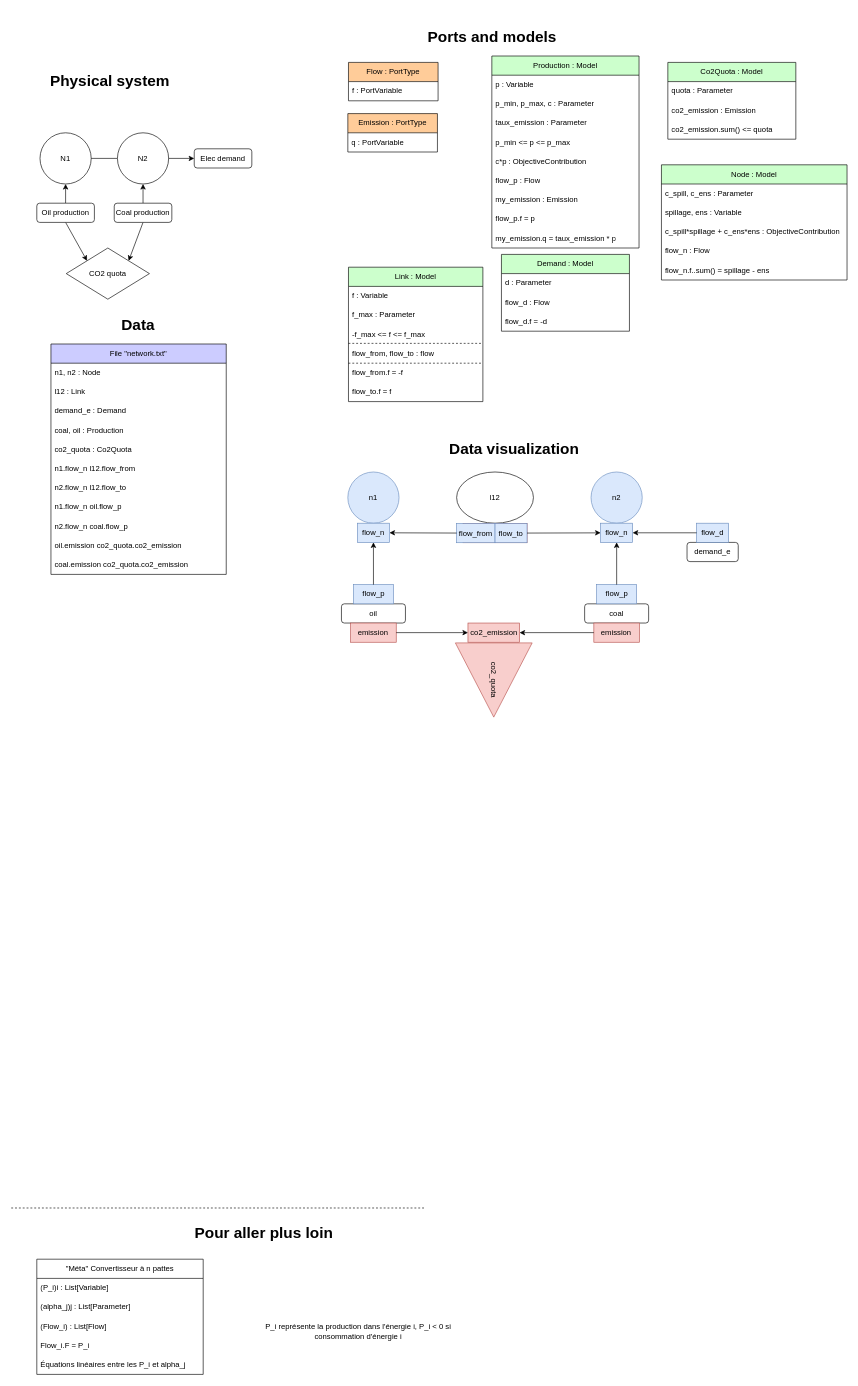
The draw.io diagram models-design/systems/co2_quota.drawio in AntaresSimulatorTeam/andromede-modeling-prototype, before the edit. Source tidied: cells renumbered, new cells numbered last; positions are measured from the earlier drawing's top-left corner, leaving out a move shared by most shapes. Both pictures are drawn from the tidied source at 64%, with x=0, y=0 at pixel (11, 24).
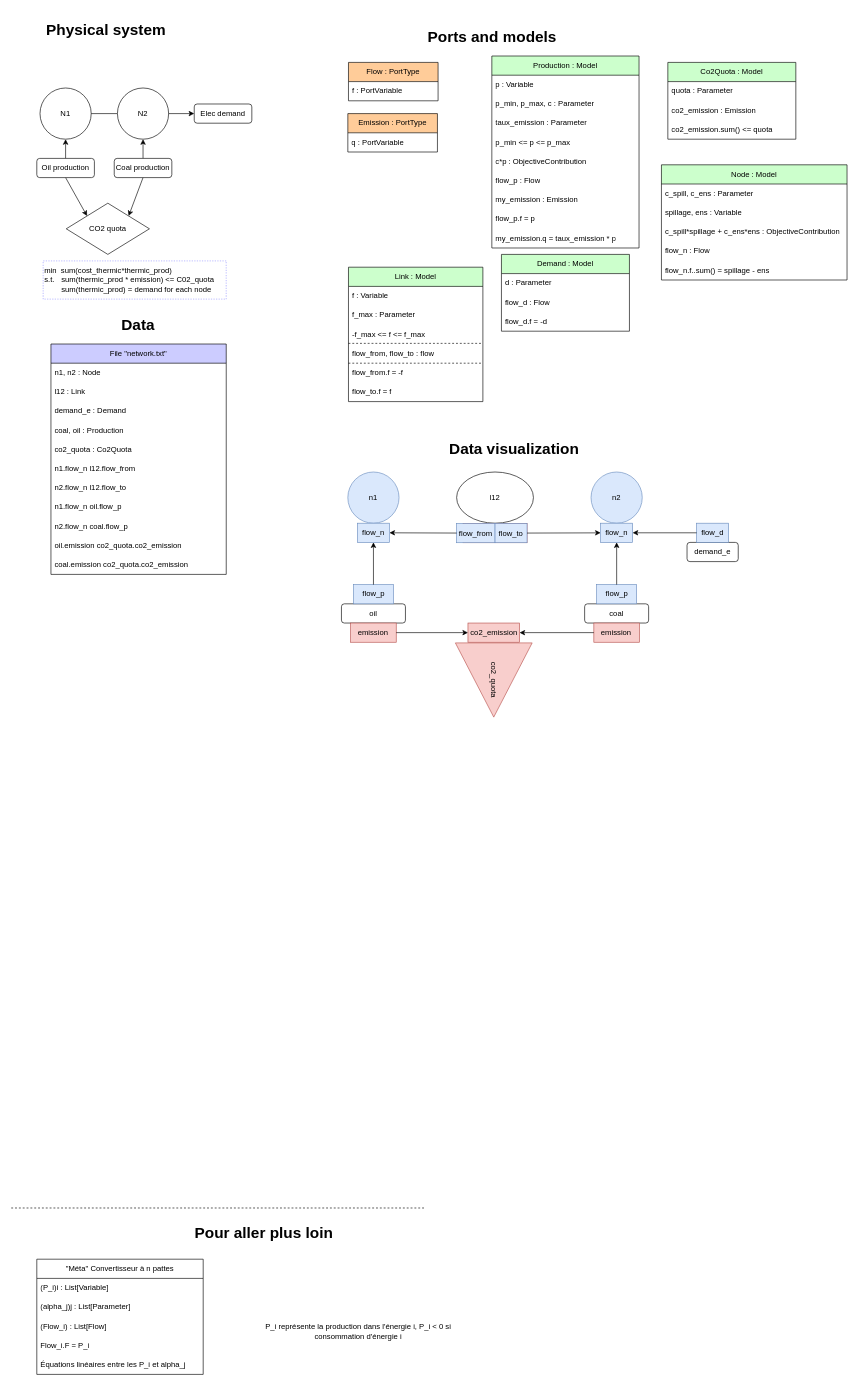
Above is the later version.

Change to the diagram source:
```diff
@@
     <mxCell id="12" value="N1" style="ellipse;whiteSpace=wrap;html=1;" parent="1" vertex="1">
-      <mxGeometry x="45" y="170" width="80" height="80" as="geometry" />
+      <mxGeometry x="45" y="100" width="80" height="80" as="geometry" />
     </mxCell>
@@
     <mxCell id="16" value="Oil production" style="rounded=1;whiteSpace=wrap;html=1;" parent="1" vertex="1">
-      <mxGeometry x="40" y="280" width="90" height="30" as="geometry" />
+      <mxGeometry x="40" y="210" width="90" height="30" as="geometry" />
     </mxCell>
     <mxCell id="17" value="CO2 quota" style="rhombus;whiteSpace=wrap;html=1;" parent="1" vertex="1">
-      <mxGeometry x="86" y="350" width="130" height="80" as="geometry" />
+      <mxGeometry x="86" y="280" width="130" height="80" as="geometry" />
     </mxCell>
@@
     <mxCell id="19" value="&lt;h1&gt;Physical system&lt;br&gt;&lt;/h1&gt;" style="text;html=1;strokeColor=none;fillColor=none;spacing=5;spacingTop=-20;whiteSpace=wrap;overflow=hidden;rounded=0;" parent="1" vertex="1">
-      <mxGeometry x="56" y="70" width="250" height="40" as="geometry" />
+      <mxGeometry x="50" y="-10" width="250" height="40" as="geometry" />
     </mxCell>
     <mxCell id="20" style="group;" parent="1" vertex="1">
-      <mxGeometry x="166" y="120" width="220" height="180" as="geometry" />
+      <mxGeometry x="166" y="50" width="220" height="180" as="geometry" />
     </mxCell>
@@
+    <mxCell id="112" value="min&amp;nbsp; sum(cost_thermic*thermic_prod)&lt;br&gt;s.t.&amp;nbsp; &lt;span style=&quot;white-space: pre;&quot;&gt;&#9;&lt;/span&gt;sum(thermic_prod * emission) &amp;lt;= C02_quota&lt;br&gt;&lt;span style=&quot;white-space: pre;&quot;&gt;&#9;&lt;/span&gt;sum(thermic_prod) = demand for each node" style="text;html=1;strokeColor=#CCCCFF;fillColor=none;align=left;verticalAlign=middle;whiteSpace=wrap;rounded=0;dashed=1;dashPattern=1 1;strokeWidth=2;" parent="1" vertex="1">
+      <mxGeometry x="50" y="370" width="286" height="60" as="geometry" />
+    </mxCell>
```
